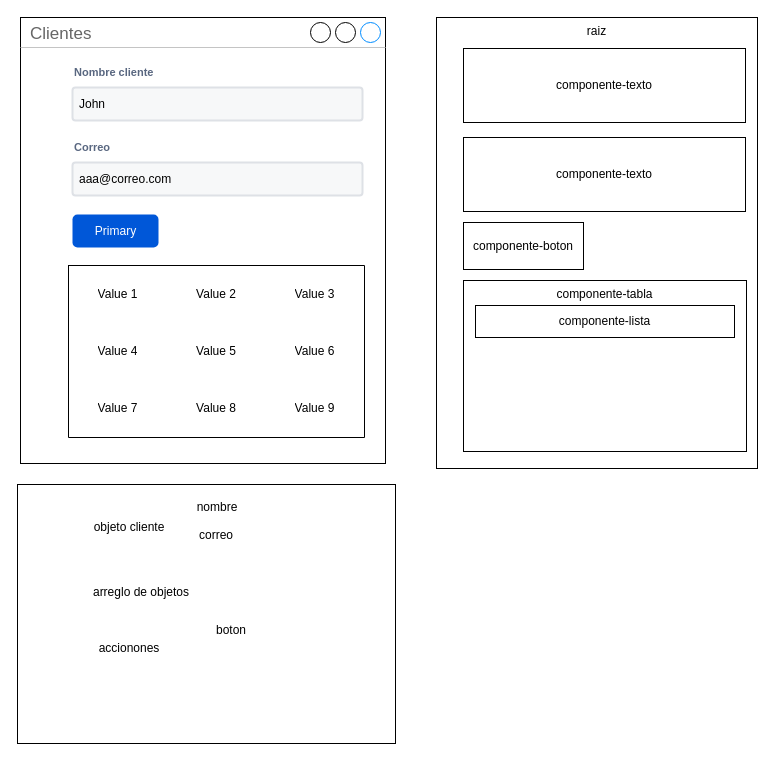
escuelainformatica/junio22-vue keeps this draw.io diagram as page "Page-2" (2 of 2) of Diagrama.drawio. Above is the earlier version. Source tidied: cells renumbered, new cells numbered last; positions are measured from the earlier drawing's top-left corner, leaving out a move shared by most shapes. Both pictures are drawn from the tidied source at 100%, with x=0, y=0 at pixel (17, 17).
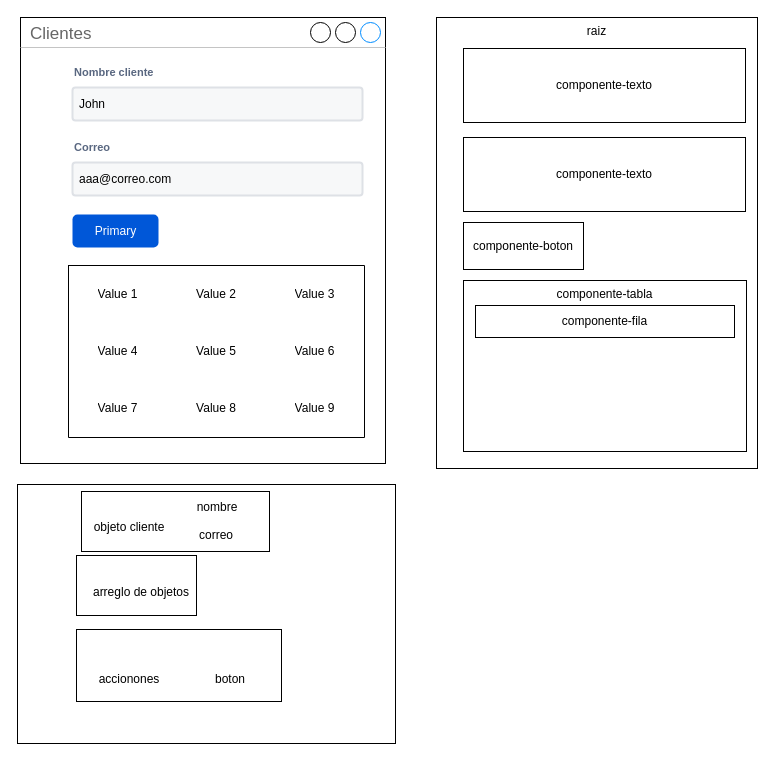
The same diagram, later.

What changed in the source:
```diff
@@
+    <mxCell id="27" style="rounded=0;whiteSpace=wrap;html=1;" parent="1" vertex="1">
+      <mxGeometry y="467" width="378" height="259" as="geometry" />
+    </mxCell>
+    <mxCell id="34" style="rounded=0;whiteSpace=wrap;html=1;" parent="1" vertex="1">
+      <mxGeometry x="59" y="612" width="205" height="72" as="geometry" />
+    </mxCell>
+    <mxCell id="35" style="rounded=0;whiteSpace=wrap;html=1;" parent="1" vertex="1">
+      <mxGeometry x="59" y="538" width="120" height="60" as="geometry" />
+    </mxCell>
+    <mxCell id="36" style="rounded=0;whiteSpace=wrap;html=1;" parent="1" vertex="1">
+      <mxGeometry x="64" y="474" width="188" height="60" as="geometry" />
+    </mxCell>
@@
-    <mxCell id="26" value="componente-lista" style="rounded=0;whiteSpace=wrap;html=1;" parent="1" vertex="1">
+    <mxCell id="26" value="componente-fila" style="rounded=0;whiteSpace=wrap;html=1;" parent="1" vertex="1">
       <mxGeometry x="458" y="288" width="259" height="32" as="geometry" />
     </mxCell>
-    <mxCell id="27" style="rounded=0;whiteSpace=wrap;html=1;" parent="1" vertex="1">
-      <mxGeometry y="467" width="378" height="259" as="geometry" />
-    </mxCell>
@@
     <mxCell id="32" value="accionones" style="text;html=1;strokeColor=none;fillColor=none;align=center;verticalAlign=middle;whiteSpace=wrap;rounded=0;" parent="1" vertex="1">
-      <mxGeometry x="92" y="621" width="40" height="20" as="geometry" />
+      <mxGeometry x="92" y="652" width="40" height="20" as="geometry" />
     </mxCell>
     <mxCell id="33" value="boton" style="text;html=1;strokeColor=none;fillColor=none;align=center;verticalAlign=middle;whiteSpace=wrap;rounded=0;" parent="1" vertex="1">
-      <mxGeometry x="194" y="603" width="40" height="20" as="geometry" />
+      <mxGeometry x="193" y="652" width="40" height="20" as="geometry" />
     </mxCell>
```
